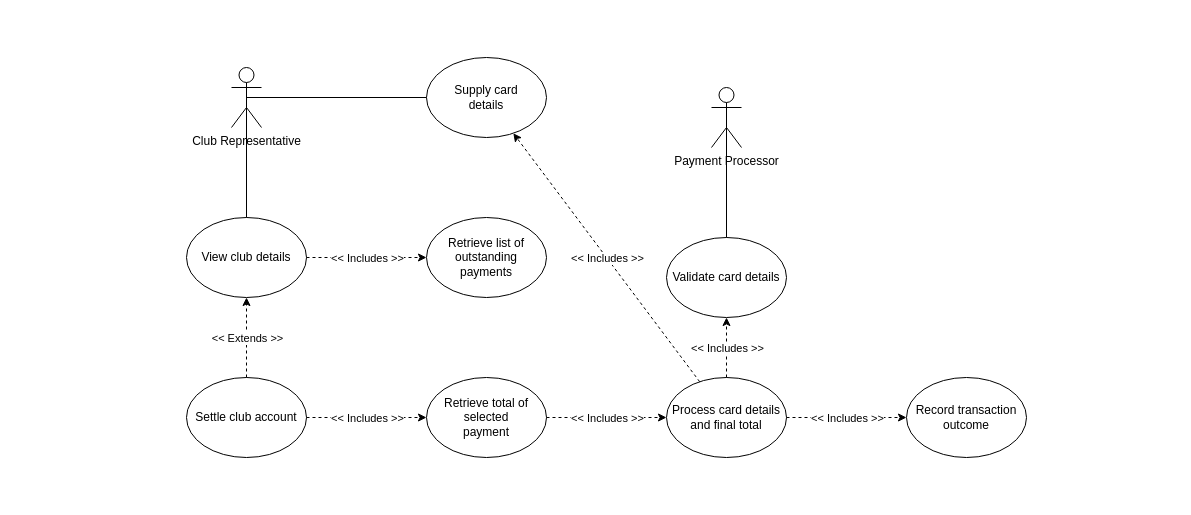
Above: Use-Cases/Club-Representative-Settle-Account.drawio in 19ATF72/ESD_Semester_2 (draw.io), before the change. Source tidied: cells renumbered, new cells numbered last; positions are measured from the earlier drawing's top-left corner, leaving out a move shared by most shapes. Both pictures are drawn from the tidied source at 100%, with x=0, y=0 at pixel (186, 57).
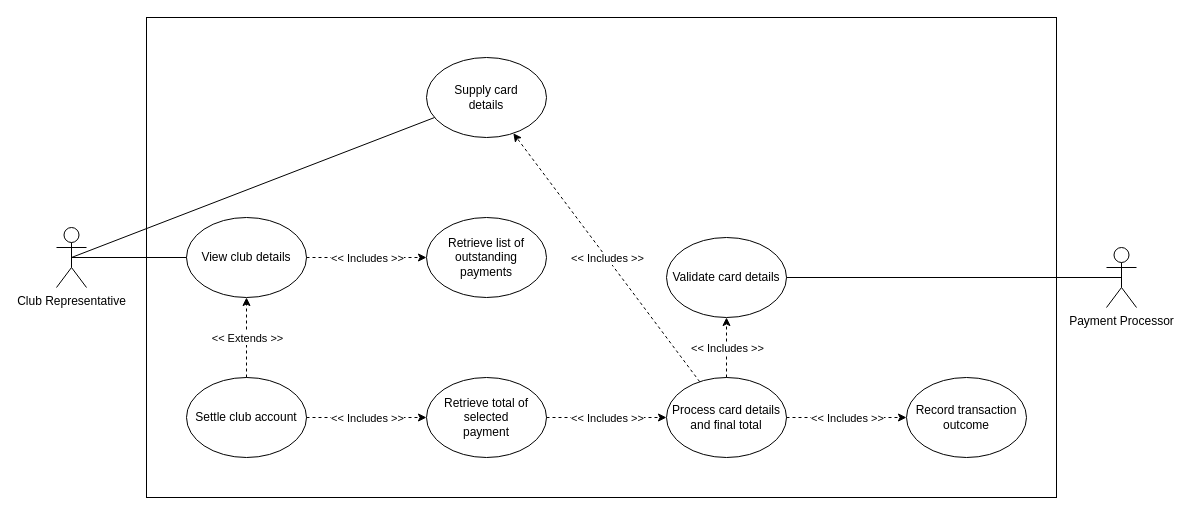
After the change.

Diff of the diagram source:
```diff
@@
+    <mxCell id="29" style="rounded=0;whiteSpace=wrap;html=1;" parent="1" vertex="1">
+      <mxGeometry x="-40" y="-40" width="910" height="480" as="geometry" />
+    </mxCell>
     <mxCell id="2" value="Club Representative" style="shape=umlActor;verticalLabelPosition=bottom;verticalAlign=top;html=1;outlineConnect=0;" parent="1" vertex="1">
-      <mxGeometry x="45" y="10" width="30" height="60" as="geometry" />
+      <mxGeometry x="-130" y="170" width="30" height="60" as="geometry" />
     </mxCell>
     <mxCell id="3" value="Payment Processor" style="shape=umlActor;verticalLabelPosition=bottom;verticalAlign=top;html=1;outlineConnect=0;" parent="1" vertex="1">
-      <mxGeometry x="525" y="30" width="30" height="60" as="geometry" />
+      <mxGeometry x="920" y="190" width="30" height="60" as="geometry" />
     </mxCell>
```
